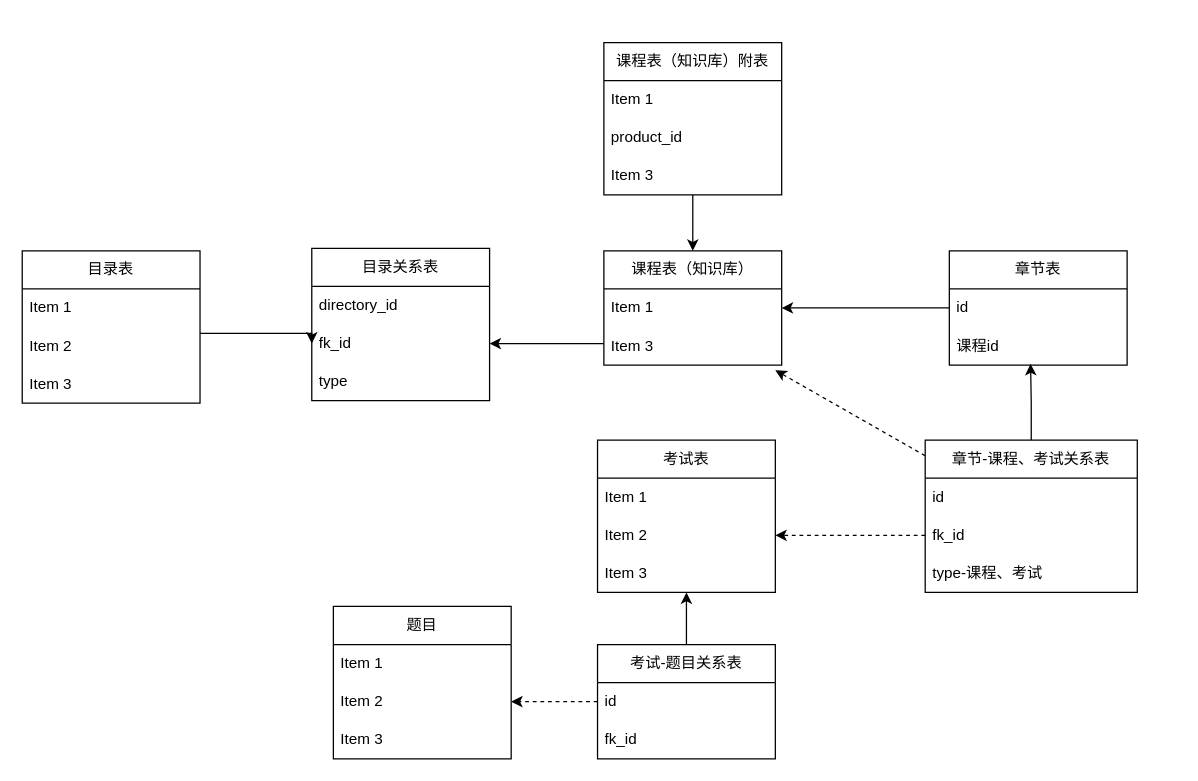
This is 尚学堂-知识库设计.drawio from ammengke/my-drawio, a draw.io file, before an edit. Source tidied: cells renumbered, new cells numbered last; positions are measured from the earlier drawing's top-left corner, leaving out a move shared by most shapes. Both pictures are drawn from the tidied source at 127%, with x=0, y=0 at pixel (22, 42).
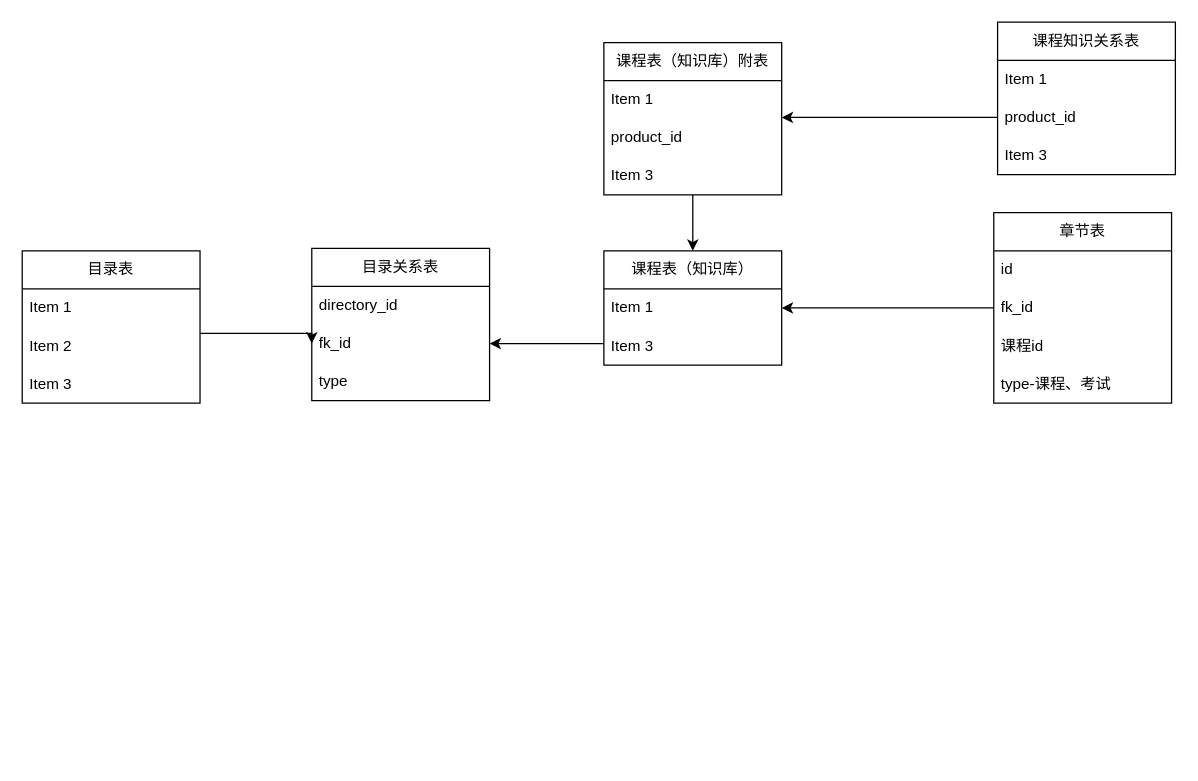
The same page after the edit.

Commit message:
更新尚学堂-知识库设计.drawio

The change refers to these unchanged cells:
```xml
<mxCell id="5" value="Item 3" style="text;strokeColor=none;fillColor=none;align=left;verticalAlign=middle;spacingLeft=4;spacingRight=4;overflow=hidden;points=[[0,0.5],[1,0.5]];portConstraint=eastwest;whiteSpace=wrap;html=1;" parent="3" vertex="1">
  <mxGeometry y="60" width="140" height="30" as="geometry" />
</mxCell>
```

What changed in the source:
```diff
@@
-    <mxCell id="6" style="edgeStyle=orthogonalEdgeStyle;rounded=0;jettySize=auto;html=1;entryX=0.457;entryY=0.967;entryDx=0;entryDy=0;entryPerimeter=0;" parent="1" edge="1" source="8" target="19">
-      <mxGeometry relative="1" as="geometry" />
-    </mxCell>
-    <mxCell id="7" style="rounded=0;jettySize=auto;html=1;dashed=1;entryX=0.964;entryY=1.133;entryDx=0;entryDy=0;entryPerimeter=0;" parent="1" edge="1" source="8" target="5">
-      <mxGeometry relative="1" as="geometry" />
-    </mxCell>
-    <mxCell id="8" value="章节-课程、考试关系表" style="swimlane;fontStyle=0;horizontal=1;startSize=30;whiteSpace=wrap;html=1;" parent="1" vertex="1">
-      <mxGeometry x="711" y="313" width="167" height="120" as="geometry" />
-    </mxCell>
-    <mxCell id="9" value="id" style="text;strokeColor=none;fillColor=none;align=left;verticalAlign=middle;spacingLeft=4;spacingRight=4;overflow=hidden;whiteSpace=wrap;html=1;" parent="8" vertex="1">
-      <mxGeometry y="30" width="167" height="30" as="geometry" />
-    </mxCell>
-    <mxCell id="10" value="fk_id" style="text;strokeColor=none;fillColor=none;align=left;verticalAlign=middle;spacingLeft=4;spacingRight=4;overflow=hidden;points=[[0,0.5],[1,0.5]];portConstraint=eastwest;whiteSpace=wrap;html=1;" parent="8" vertex="1">
-      <mxGeometry y="60" width="167" height="30" as="geometry" />
-    </mxCell>
-    <mxCell id="11" value="type-课程、考试" style="text;strokeColor=none;fillColor=none;align=left;verticalAlign=middle;spacingLeft=4;spacingRight=4;overflow=hidden;whiteSpace=wrap;html=1;" parent="8" vertex="1">
-      <mxGeometry y="90" width="167" height="30" as="geometry" />
-    </mxCell>
-    <mxCell id="12" value="考试表" style="swimlane;fontStyle=0;horizontal=1;startSize=30;whiteSpace=wrap;html=1;" parent="1" vertex="1">
-      <mxGeometry x="453" y="313" width="140" height="120" as="geometry" />
-    </mxCell>
-    <mxCell id="13" value="Item 1" style="text;strokeColor=none;fillColor=none;align=left;verticalAlign=middle;spacingLeft=4;spacingRight=4;overflow=hidden;whiteSpace=wrap;html=1;" parent="12" vertex="1">
-      <mxGeometry y="30" width="140" height="30" as="geometry" />
-    </mxCell>
-    <mxCell id="14" value="Item 2" style="text;strokeColor=none;fillColor=none;align=left;verticalAlign=middle;spacingLeft=4;spacingRight=4;overflow=hidden;points=[[0,0.5],[1,0.5]];portConstraint=eastwest;whiteSpace=wrap;html=1;" parent="12" vertex="1">
-      <mxGeometry y="60" width="140" height="30" as="geometry" />
-    </mxCell>
-    <mxCell id="15" value="Item 3" style="text;strokeColor=none;fillColor=none;align=left;verticalAlign=middle;spacingLeft=4;spacingRight=4;overflow=hidden;whiteSpace=wrap;html=1;" parent="12" vertex="1">
-      <mxGeometry y="90" width="140" height="30" as="geometry" />
-    </mxCell>
@@
     <mxCell id="17" value="章节表" style="swimlane;fontStyle=0;horizontal=1;startSize=30;whiteSpace=wrap;html=1;" parent="1" vertex="1">
-      <mxGeometry x="730" y="164" width="140" height="90" as="geometry" />
+      <mxGeometry x="765" y="134" width="140" height="150" as="geometry" />
     </mxCell>
@@
+    <mxCell id="10" value="fk_id" style="text;strokeColor=none;fillColor=none;align=left;verticalAlign=middle;spacingLeft=4;spacingRight=4;overflow=hidden;points=[[0,0.5],[1,0.5]];portConstraint=eastwest;whiteSpace=wrap;html=1;" parent="17" vertex="1">
+      <mxGeometry y="60" width="140" height="30" as="geometry" />
+    </mxCell>
     <mxCell id="19" value="课程id" style="text;strokeColor=none;fillColor=none;align=left;verticalAlign=middle;spacingLeft=4;spacingRight=4;overflow=hidden;points=[[0,0.5],[1,0.5]];portConstraint=eastwest;whiteSpace=wrap;html=1;" parent="17" vertex="1">
-      <mxGeometry y="60" width="140" height="30" as="geometry" />
+      <mxGeometry y="90" width="140" height="30" as="geometry" />
     </mxCell>
-    <mxCell id="20" style="edgeStyle=orthogonalEdgeStyle;rounded=0;jettySize=auto;html=1;entryX=1;entryY=0.5;entryDx=0;entryDy=0;dashed=1;" parent="1" edge="1" source="10" target="14">
-      <mxGeometry relative="1" as="geometry" />
-    </mxCell>
-    <mxCell id="21" value="题目" style="swimlane;fontStyle=0;horizontal=1;startSize=30;whiteSpace=wrap;html=1;" parent="1" vertex="1">
-      <mxGeometry x="245" y="444" width="140" height="120" as="geometry" />
-    </mxCell>
-    <mxCell id="22" value="Item 1" style="text;strokeColor=none;fillColor=none;align=left;verticalAlign=middle;spacingLeft=4;spacingRight=4;overflow=hidden;whiteSpace=wrap;html=1;" parent="21" vertex="1">
-      <mxGeometry y="30" width="140" height="30" as="geometry" />
-    </mxCell>
-    <mxCell id="23" value="Item 2" style="text;strokeColor=none;fillColor=none;align=left;verticalAlign=middle;spacingLeft=4;spacingRight=4;overflow=hidden;points=[[0,0.5],[1,0.5]];portConstraint=eastwest;whiteSpace=wrap;html=1;" parent="21" vertex="1">
-      <mxGeometry y="60" width="140" height="30" as="geometry" />
-    </mxCell>
-    <mxCell id="24" value="Item 3" style="text;strokeColor=none;fillColor=none;align=left;verticalAlign=middle;spacingLeft=4;spacingRight=4;overflow=hidden;whiteSpace=wrap;html=1;" parent="21" vertex="1">
-      <mxGeometry y="90" width="140" height="30" as="geometry" />
-    </mxCell>
-    <mxCell id="25" style="edgeStyle=orthogonalEdgeStyle;rounded=0;jettySize=auto;html=1;entryX=0.5;entryY=1;entryDx=0;entryDy=0;" parent="1" edge="1" source="27" target="12">
-      <mxGeometry relative="1" as="geometry" />
-    </mxCell>
-    <mxCell id="26" style="edgeStyle=orthogonalEdgeStyle;rounded=0;jettySize=auto;html=1;dashed=1;" parent="1" edge="1" source="27" target="23">
-      <mxGeometry relative="1" as="geometry" />
-    </mxCell>
-    <mxCell id="27" value="考试-题目关系表" style="swimlane;fontStyle=0;horizontal=1;startSize=30;whiteSpace=wrap;html=1;" parent="1" vertex="1">
-      <mxGeometry x="453" y="474" width="140" height="90" as="geometry" />
-    </mxCell>
-    <mxCell id="28" value="id" style="text;strokeColor=none;fillColor=none;align=left;verticalAlign=middle;spacingLeft=4;spacingRight=4;overflow=hidden;whiteSpace=wrap;html=1;" parent="27" vertex="1">
-      <mxGeometry y="30" width="140" height="30" as="geometry" />
-    </mxCell>
-    <mxCell id="29" value="fk_id" style="text;strokeColor=none;fillColor=none;align=left;verticalAlign=middle;spacingLeft=4;spacingRight=4;overflow=hidden;whiteSpace=wrap;html=1;" parent="27" vertex="1">
-      <mxGeometry y="60" width="140" height="30" as="geometry" />
-    </mxCell>
+    <mxCell id="11" value="type-课程、考试" style="text;strokeColor=none;fillColor=none;align=left;verticalAlign=middle;spacingLeft=4;spacingRight=4;overflow=hidden;whiteSpace=wrap;html=1;" parent="17" vertex="1">
+      <mxGeometry y="120" width="140" height="30" as="geometry" />
+    </mxCell>
@@
+    <mxCell id="44" value="课程知识关系表" style="swimlane;fontStyle=0;horizontal=1;startSize=30;whiteSpace=wrap;html=1;" parent="1" vertex="1">
+      <mxGeometry x="768" y="-16" width="140" height="120" as="geometry" />
+    </mxCell>
+    <mxCell id="45" value="Item 1" style="text;strokeColor=none;fillColor=none;align=left;verticalAlign=middle;spacingLeft=4;spacingRight=4;overflow=hidden;whiteSpace=wrap;html=1;" parent="44" vertex="1">
+      <mxGeometry y="30" width="140" height="30" as="geometry" />
+    </mxCell>
+    <mxCell id="46" value="product_id" style="text;strokeColor=none;fillColor=none;align=left;verticalAlign=middle;spacingLeft=4;spacingRight=4;overflow=hidden;points=[[0,0.5],[1,0.5]];portConstraint=eastwest;whiteSpace=wrap;html=1;" parent="44" vertex="1">
+      <mxGeometry y="60" width="140" height="30" as="geometry" />
+    </mxCell>
+    <mxCell id="47" value="Item 3" style="text;strokeColor=none;fillColor=none;align=left;verticalAlign=middle;spacingLeft=4;spacingRight=4;overflow=hidden;whiteSpace=wrap;html=1;" parent="44" vertex="1">
+      <mxGeometry y="90" width="140" height="30" as="geometry" />
+    </mxCell>
+    <mxCell id="48" style="edgeStyle=orthogonalEdgeStyle;rounded=0;jettySize=auto;html=1;" parent="1" edge="1" source="46">
+      <mxGeometry relative="1" as="geometry">
+        <mxPoint x="598" y="59" as="targetPoint" />
+      </mxGeometry>
+    </mxCell>
```
